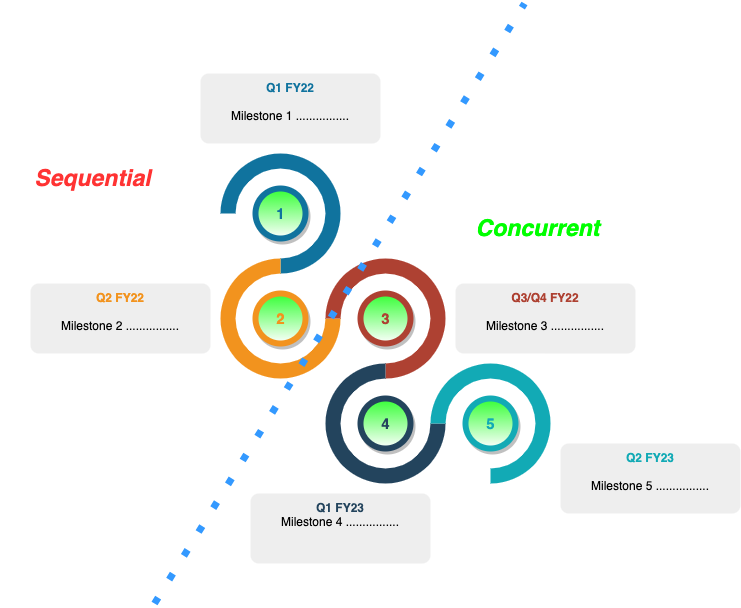
Before: resources/images/milestone.png, a diagram exported from draw.io (hanyg/gitdemo). Source tidied: cells renumbered, new cells last; positions are measured from the earlier drawing's top-left corner, leaving out a move shared by most shapes. Its diagram source:
```xml
<mxGraphModel>
  <root>
    <mxCell id="0" />
    <mxCell id="1" parent="0" />
    <mxCell id="2" style="verticalLabelPosition=bottom;verticalAlign=top;html=1;shape=mxgraph.basic.partConcEllipse;startAngle=0.75;endAngle=0.5;arcWidth=0.25;fillColor=#10739E;strokeColor=none;shadow=0;" parent="1" vertex="1">
      <mxGeometry x="220" y="150" width="120" height="120" as="geometry" />
    </mxCell>
    <mxCell id="3" style="verticalLabelPosition=bottom;verticalAlign=top;html=1;shape=mxgraph.basic.partConcEllipse;startAngle=0.25;endAngle=0;arcWidth=0.25;fillColor=#F2931E;strokeColor=none;shadow=0;" parent="1" vertex="1">
      <mxGeometry x="220" y="255" width="120" height="120" as="geometry" />
    </mxCell>
    <mxCell id="4" style="verticalLabelPosition=bottom;verticalAlign=top;html=1;shape=mxgraph.basic.partConcEllipse;startAngle=0.75;endAngle=0.5;arcWidth=0.25;fillColor=#AE4132;strokeColor=none;shadow=0;" parent="1" vertex="1">
      <mxGeometry x="325" y="255" width="120" height="120" as="geometry" />
    </mxCell>
    <mxCell id="5" style="verticalLabelPosition=bottom;verticalAlign=top;html=1;shape=mxgraph.basic.partConcEllipse;startAngle=0.25;endAngle=0;arcWidth=0.25;fillColor=#23445D;strokeColor=none;shadow=0;" parent="1" vertex="1">
      <mxGeometry x="325" y="360" width="120" height="120" as="geometry" />
    </mxCell>
    <mxCell id="6" style="verticalLabelPosition=bottom;verticalAlign=top;html=1;shape=mxgraph.basic.partConcEllipse;startAngle=0.75;endAngle=0.5;arcWidth=0.25;fillColor=#12AAB5;strokeColor=none;shadow=0;" parent="1" vertex="1">
      <mxGeometry x="430" y="360" width="120" height="120" as="geometry" />
    </mxCell>
    <mxCell id="7" value="1" style="shape=ellipse;strokeWidth=6;strokeColor=#10739E;fontSize=15;html=1;fontStyle=1;fontColor=#10739E;shadow=1;fillColor=#33FF33;gradientColor=#ffffff;" parent="1" vertex="1">
      <mxGeometry x="255" y="185" width="50" height="50" as="geometry" />
    </mxCell>
    <mxCell id="8" value="2" style="shape=ellipse;strokeWidth=6;strokeColor=#F2931E;fontSize=15;html=1;fontStyle=1;fontColor=#F2931E;shadow=1;fillColor=#33FF33;gradientColor=#ffffff;" parent="1" vertex="1">
      <mxGeometry x="255" y="290" width="50" height="50" as="geometry" />
    </mxCell>
    <mxCell id="9" value="3" style="shape=ellipse;strokeWidth=6;strokeColor=#AE4132;fontSize=15;html=1;fontStyle=1;fontColor=#AE4132;shadow=1;fillColor=#33FF33;gradientColor=#ffffff;" parent="1" vertex="1">
      <mxGeometry x="360" y="290" width="50" height="50" as="geometry" />
    </mxCell>
    <mxCell id="10" value="4" style="shape=ellipse;strokeWidth=6;strokeColor=#23445D;fontSize=15;html=1;fontStyle=1;fontColor=#23445D;shadow=1;fillColor=#33FF33;gradientColor=#ffffff;" parent="1" vertex="1">
      <mxGeometry x="360" y="395" width="50" height="50" as="geometry" />
    </mxCell>
    <mxCell id="11" value="5" style="shape=ellipse;strokeWidth=6;strokeColor=#12AAB5;fontSize=15;html=1;fontStyle=1;fontColor=#12AAB5;shadow=1;fillColor=#33FF33;gradientColor=#ffffff;" parent="1" vertex="1">
      <mxGeometry x="465" y="395" width="50" height="50" as="geometry" />
    </mxCell>
    <mxCell id="12" value="&lt;b style=&quot;color: rgb(16 , 115 , 158)&quot;&gt;Q1 FY22&lt;/b&gt;&lt;br&gt;&lt;br&gt;Milestone 1 ................" style="rounded=1;strokeColor=none;fillColor=#EEEEEE;align=center;arcSize=12;verticalAlign=top;whiteSpace=wrap;html=1;fontSize=12;spacing=3;shadow=0;" parent="1" vertex="1">
      <mxGeometry x="200" y="70" width="180" height="70" as="geometry" />
    </mxCell>
    <mxCell id="13" value="&lt;font style=&quot;font-size: 10px&quot;&gt;&lt;font style=&quot;font-size: 12px&quot; color=&quot;#F2931E&quot;&gt;&lt;b&gt;Q2 FY22&lt;/b&gt;&lt;/font&gt;&lt;br&gt;&lt;br&gt;&lt;span style=&quot;font-size: 12px&quot;&gt;Milestone 2 ................&lt;/span&gt;&lt;br&gt;&lt;/font&gt;" style="rounded=1;strokeColor=none;fillColor=#EEEEEE;align=center;arcSize=12;verticalAlign=top;whiteSpace=wrap;html=1;fontSize=12;spacing=3;shadow=0;" parent="1" vertex="1">
      <mxGeometry x="30" y="280" width="180" height="70" as="geometry" />
    </mxCell>
    <mxCell id="14" value="&lt;font&gt;&lt;font color=&quot;#ae4132&quot;&gt;&lt;b&gt;Q3/Q4 FY22&lt;/b&gt;&lt;/font&gt;&lt;br&gt;&lt;span style=&quot;font-size: 10px&quot;&gt;&lt;br&gt;&lt;/span&gt;Milestone 3 ................&lt;br&gt;&lt;/font&gt;" style="rounded=1;strokeColor=none;fillColor=#EEEEEE;align=center;arcSize=12;verticalAlign=top;whiteSpace=wrap;html=1;fontSize=12;spacing=3;shadow=0;" parent="1" vertex="1">
      <mxGeometry x="455" y="280" width="180" height="70" as="geometry" />
    </mxCell>
    <mxCell id="15" value="&lt;font style=&quot;font-size: 10px&quot;&gt;&lt;font style=&quot;font-size: 12px&quot; color=&quot;#23445D&quot;&gt;&lt;b&gt;Q1 FY23&lt;/b&gt;&lt;/font&gt;&lt;br&gt;&lt;span style=&quot;font-size: 12px&quot;&gt;Milestone 4 ................&lt;/span&gt;&lt;br&gt;&lt;/font&gt;" style="rounded=1;strokeColor=none;fillColor=#EEEEEE;align=center;arcSize=12;verticalAlign=top;whiteSpace=wrap;html=1;fontSize=12;spacing=3;shadow=0;" parent="1" vertex="1">
      <mxGeometry x="250" y="490" width="180" height="70" as="geometry" />
    </mxCell>
    <mxCell id="16" value="&lt;font style=&quot;font-size: 10px&quot;&gt;&lt;font style=&quot;font-size: 12px&quot; color=&quot;#12AAB5&quot;&gt;&lt;b&gt;Q2 FY23&lt;/b&gt;&lt;/font&gt;&lt;br&gt;&lt;br&gt;&lt;span style=&quot;font-size: 12px&quot;&gt;Milestone 5 ................&lt;/span&gt;&lt;br&gt;&lt;/font&gt;" style="rounded=1;strokeColor=none;fillColor=#EEEEEE;align=center;arcSize=12;verticalAlign=top;whiteSpace=wrap;html=1;fontSize=12;spacing=3;shadow=0;" parent="1" vertex="1">
      <mxGeometry x="560" y="440" width="180" height="70" as="geometry" />
    </mxCell>
    <mxCell id="17" style="endArrow=none;dashed=1;html=1;dashPattern=1 3;strokeWidth=7;strokeColor=#3399FF;" parent="1" edge="1">
      <mxGeometry relative="1" as="geometry">
        <mxPoint x="154" y="600" as="sourcePoint" />
        <mxPoint x="524" as="targetPoint" />
      </mxGeometry>
    </mxCell>
    <mxCell id="18" value="&lt;b&gt;&lt;i&gt;&lt;font color=&quot;#ff3333&quot; style=&quot;font-size: 23px&quot;&gt;Sequential&lt;/font&gt;&lt;/i&gt;&lt;/b&gt;" style="text;html=1;strokeColor=none;fillColor=none;align=center;verticalAlign=middle;whiteSpace=wrap;rounded=0;" parent="1" vertex="1">
      <mxGeometry y="165" width="185" height="20" as="geometry" />
    </mxCell>
    <mxCell id="19" value="&lt;b&gt;&lt;i&gt;&lt;font style=&quot;font-size: 23px&quot; color=&quot;#00ff00&quot;&gt;Concurrent&lt;/font&gt;&lt;/i&gt;&lt;/b&gt;" style="text;html=1;strokeColor=none;fillColor=none;align=center;verticalAlign=middle;whiteSpace=wrap;rounded=0;" parent="1" vertex="1">
      <mxGeometry x="445" y="215" width="185" height="20" as="geometry" />
    </mxCell>
  </root>
</mxGraphModel>
```
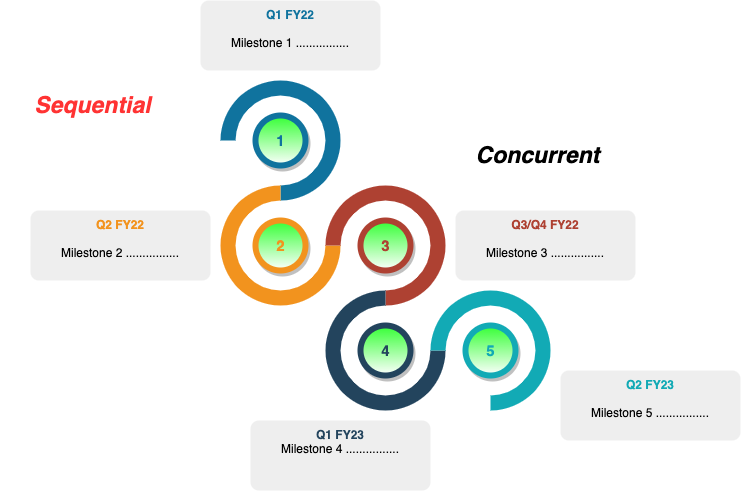
After the change.

The edit, as a diff of the source:
```diff
@@ -47,16 +47,10 @@
     <mxCell id="16" value="&lt;font style=&quot;font-size: 10px&quot;&gt;&lt;font style=&quot;font-size: 12px&quot; color=&quot;#12AAB5&quot;&gt;&lt;b&gt;Q2 FY23&lt;/b&gt;&lt;/font&gt;&lt;br&gt;&lt;br&gt;&lt;span style=&quot;font-size: 12px&quot;&gt;Milestone 5 ................&lt;/span&gt;&lt;br&gt;&lt;/font&gt;" style="rounded=1;strokeColor=none;fillColor=#EEEEEE;align=center;arcSize=12;verticalAlign=top;whiteSpace=wrap;html=1;fontSize=12;spacing=3;shadow=0;" parent="1" vertex="1">
       <mxGeometry x="560" y="440" width="180" height="70" as="geometry" />
     </mxCell>
-    <mxCell id="17" style="endArrow=none;dashed=1;html=1;dashPattern=1 3;strokeWidth=7;strokeColor=#3399FF;" parent="1" edge="1">
-      <mxGeometry relative="1" as="geometry">
-        <mxPoint x="154" y="600" as="sourcePoint" />
-        <mxPoint x="524" as="targetPoint" />
-      </mxGeometry>
-    </mxCell>
     <mxCell id="18" value="&lt;b&gt;&lt;i&gt;&lt;font color=&quot;#ff3333&quot; style=&quot;font-size: 23px&quot;&gt;Sequential&lt;/font&gt;&lt;/i&gt;&lt;/b&gt;" style="text;html=1;strokeColor=none;fillColor=none;align=center;verticalAlign=middle;whiteSpace=wrap;rounded=0;" parent="1" vertex="1">
       <mxGeometry y="165" width="185" height="20" as="geometry" />
     </mxCell>
-    <mxCell id="19" value="&lt;b&gt;&lt;i&gt;&lt;font style=&quot;font-size: 23px&quot; color=&quot;#00ff00&quot;&gt;Concurrent&lt;/font&gt;&lt;/i&gt;&lt;/b&gt;" style="text;html=1;strokeColor=none;fillColor=none;align=center;verticalAlign=middle;whiteSpace=wrap;rounded=0;" parent="1" vertex="1">
+    <mxCell id="19" value="&lt;b&gt;&lt;i&gt;&lt;font style=&quot;font-size: 23px&quot;&gt;Concurrent&lt;/font&gt;&lt;/i&gt;&lt;/b&gt;" style="text;html=1;strokeColor=none;fillColor=none;align=center;verticalAlign=middle;whiteSpace=wrap;rounded=0;" parent="1" vertex="1">
       <mxGeometry x="445" y="215" width="185" height="20" as="geometry" />
     </mxCell>
   </root>
```
